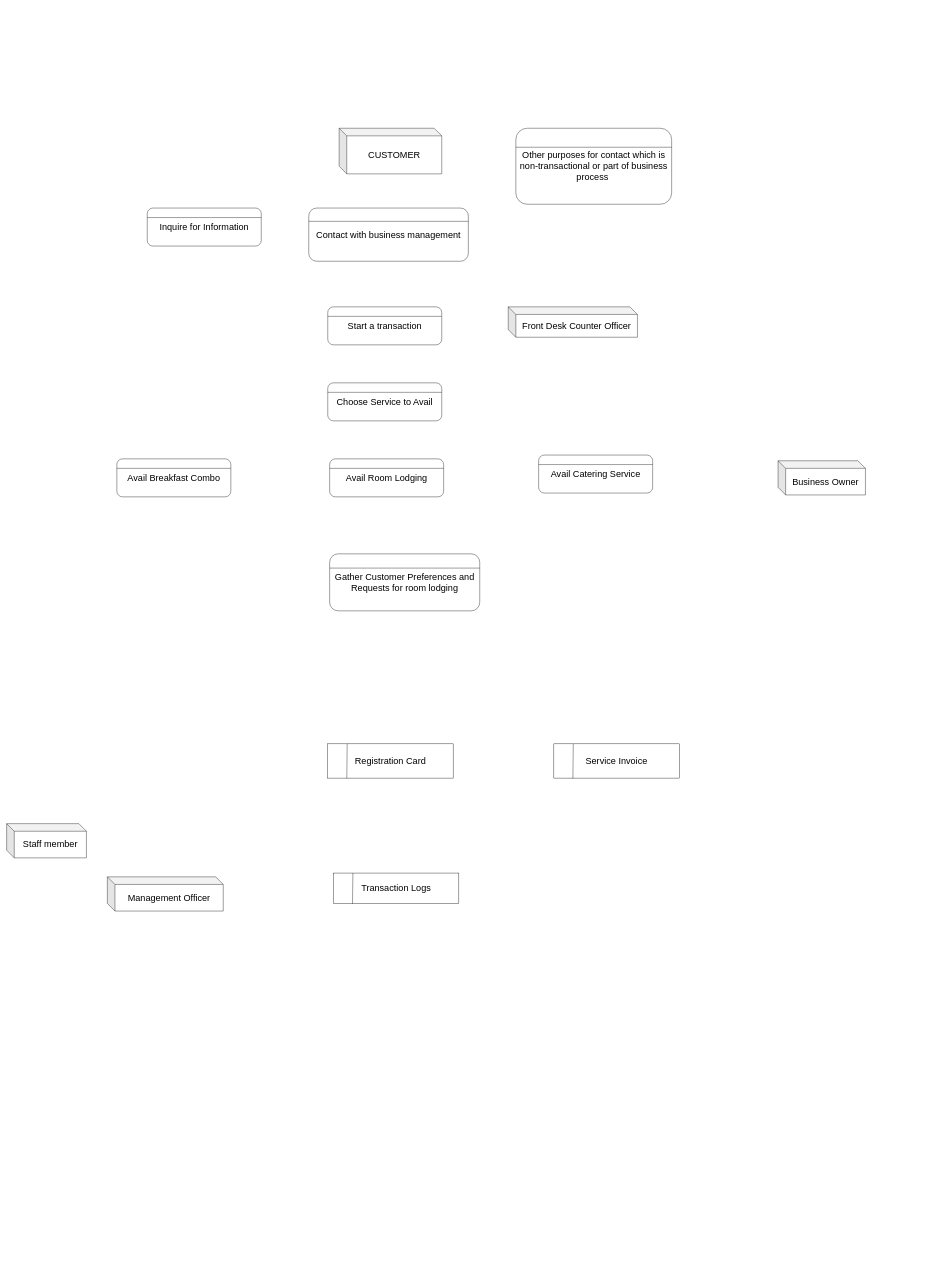
Before: bonsayRiverviewDFD.drawio in isuckinprogramming/IT12LDocumentationModels, a draw.io diagram. Source tidied: cells renumbered, new cells numbered last; positions are measured from the earlier drawing's top-left corner, leaving out a move shared by most shapes. Both pictures are drawn from the tidied source at 38%, with x=0, y=0 at pixel (6, 128).
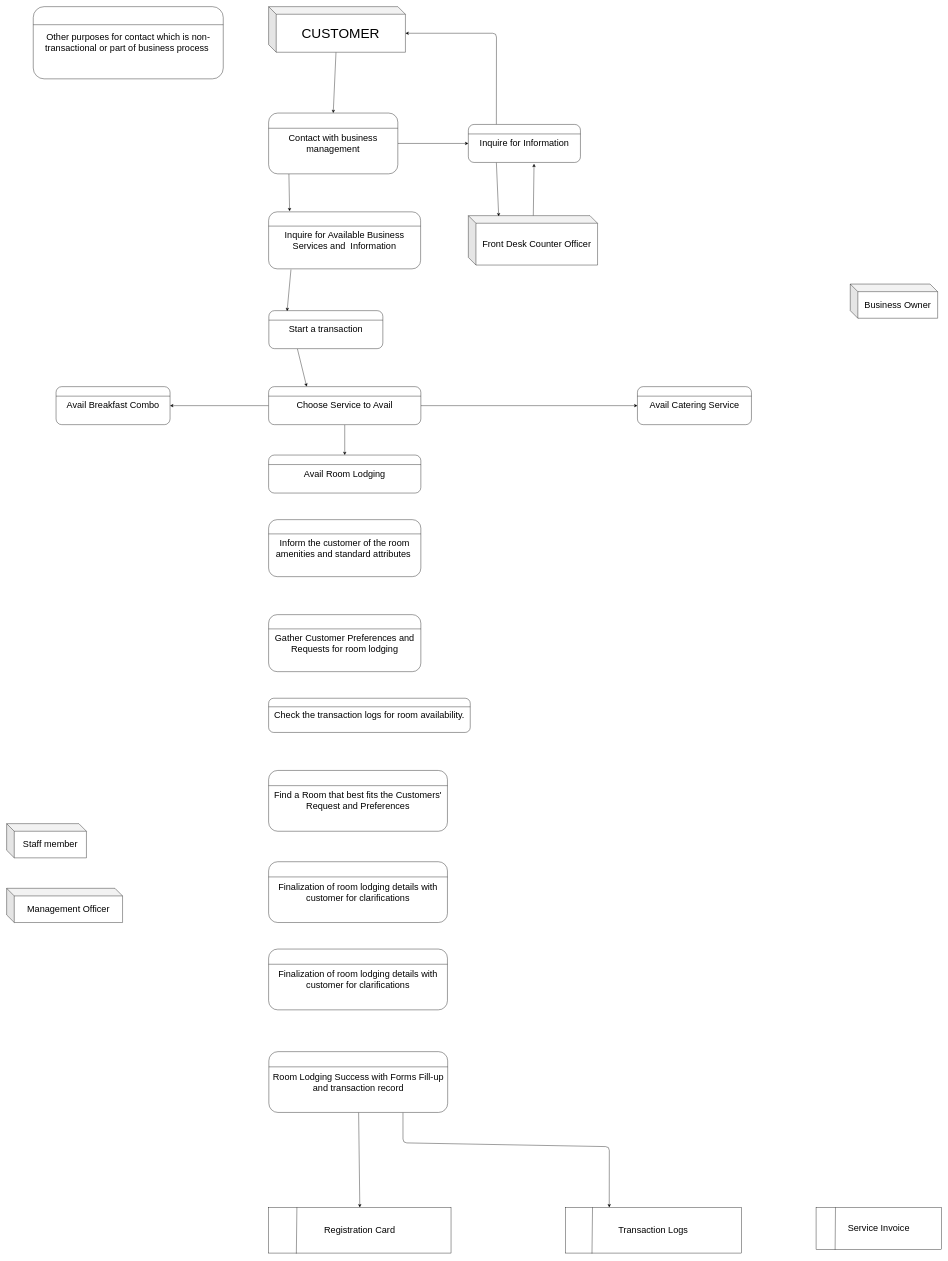
The same diagram, later.

Commit message:
All Room Lodging Process filled - no data labels

There is no data labels and connections for each transaction
process, the data labels and connection, I am not sure how
to present this part to a proper label and connection.

I am not sure what type of data will be present between the process.
Might have to ask what exactly goes in the process with the
group members.

Diff of the diagram source:
```diff
@@
+    <mxCell id="31" style="edgeStyle=none;html=1;entryX=0.5;entryY=0;entryDx=0;entryDy=0;" parent="1" edge="1" source="2" target="3">
+      <mxGeometry relative="1" as="geometry" />
+    </mxCell>
-    <mxCell id="2" value="&lt;font style=&quot;font-size: 24px;&quot;&gt;CUSTOMER&lt;/font&gt;" style="shape=cube;whiteSpace=wrap;html=1;boundedLbl=1;backgroundOutline=1;darkOpacity=0.05;darkOpacity2=0.1;" parent="1" vertex="1">
-      <mxGeometry x="875" width="270" height="120" as="geometry" />
+    <mxCell id="2" value="&lt;font style=&quot;font-size: 36px;&quot;&gt;CUSTOMER&lt;/font&gt;" style="shape=cube;whiteSpace=wrap;html=1;boundedLbl=1;backgroundOutline=1;darkOpacity=0.05;darkOpacity2=0.1;" parent="1" vertex="1">
+      <mxGeometry x="689.4" y="-320" width="360" height="120" as="geometry" />
     </mxCell>
+    <mxCell id="32" style="edgeStyle=none;html=1;entryX=0;entryY=0.5;entryDx=0;entryDy=0;" parent="1" edge="1" source="3" target="44">
+      <mxGeometry relative="1" as="geometry" />
+    </mxCell>
+    <mxCell id="33" style="edgeStyle=none;html=1;entryX=0.138;entryY=-0.01;entryDx=0;entryDy=0;entryPerimeter=0;exitX=0.157;exitY=1.003;exitDx=0;exitDy=0;exitPerimeter=0;" parent="1" edge="1" source="3" target="25">
+      <mxGeometry relative="1" as="geometry" />
+    </mxCell>
-    <mxCell id="3" value="Contact with business management" style="rounded=1;whiteSpace=wrap;html=1;fontSize=24;" parent="1" vertex="1">
-      <mxGeometry x="795" y="210" width="420" height="140" as="geometry" />
+    <mxCell id="3" value="&lt;font style=&quot;font-size: 24px;&quot;&gt;Contact with business management&lt;/font&gt;" style="rounded=1;whiteSpace=wrap;html=1;fontSize=24;" parent="1" vertex="1">
+      <mxGeometry x="689.4" y="-40" width="340" height="160" as="geometry" />
     </mxCell>
@@
     <mxCell id="5" value="Transaction Logs" style="rounded=0;whiteSpace=wrap;html=1;fontSize=24;" parent="1" vertex="1">
-      <mxGeometry x="860" y="1960" width="330" height="80" as="geometry" />
+      <mxGeometry x="1470" y="2840" width="463.1" height="120" as="geometry" />
     </mxCell>
@@
     <mxCell id="7" value="Registration Card" style="rounded=0;whiteSpace=wrap;html=1;fontSize=24;" parent="1" vertex="1">
-      <mxGeometry x="845" y="1620" width="330" height="90.1" as="geometry" />
+      <mxGeometry x="689.4" y="2840" width="480" height="120" as="geometry" />
     </mxCell>
@@
     <mxCell id="9" value="Service Invoice" style="rounded=0;whiteSpace=wrap;html=1;fontSize=24;" parent="1" vertex="1">
-      <mxGeometry x="1440" y="1620" width="330" height="90.1" as="geometry" />
+      <mxGeometry x="2130" y="2840" width="330" height="110" as="geometry" />
     </mxCell>
@@
+    <mxCell id="34" style="edgeStyle=none;html=1;entryX=0.25;entryY=0;entryDx=0;entryDy=0;exitX=0.25;exitY=1;exitDx=0;exitDy=0;" parent="1" edge="1" source="11" target="23">
+      <mxGeometry relative="1" as="geometry" />
+    </mxCell>
     <mxCell id="11" value="Start a transaction" style="rounded=1;whiteSpace=wrap;html=1;fontSize=24;" parent="1" vertex="1">
-      <mxGeometry x="845" y="470" width="300" height="100" as="geometry" />
+      <mxGeometry x="690" y="480" width="300" height="100" as="geometry" />
     </mxCell>
@@
     <mxCell id="13" value="Avail Room Lodging" style="rounded=1;whiteSpace=wrap;html=1;fontSize=24;" parent="1" vertex="1">
-      <mxGeometry x="850" y="870" width="300" height="100" as="geometry" />
+      <mxGeometry x="689.4" y="860" width="400.6" height="100" as="geometry" />
     </mxCell>
@@
     <mxCell id="15" value="Avail Catering Service" style="rounded=1;whiteSpace=wrap;html=1;fontSize=24;" parent="1" vertex="1">
-      <mxGeometry x="1400" y="860" width="300" height="100" as="geometry" />
+      <mxGeometry x="1660" y="680" width="300" height="100" as="geometry" />
     </mxCell>
@@
     <mxCell id="17" value="Avail Breakfast Combo" style="rounded=1;whiteSpace=wrap;html=1;fontSize=24;" parent="1" vertex="1">
-      <mxGeometry x="290" y="870" width="300" height="100" as="geometry" />
+      <mxGeometry x="130" y="680" width="300" height="100" as="geometry" />
     </mxCell>
@@
+    <mxCell id="35" style="edgeStyle=none;html=1;entryX=0.586;entryY=1.034;entryDx=0;entryDy=0;entryPerimeter=0;" parent="1" edge="1" source="19" target="44">
+      <mxGeometry relative="1" as="geometry" />
+    </mxCell>
     <mxCell id="19" value="&lt;font style=&quot;font-size: 24px;&quot;&gt;Front Desk Counter Officer&lt;br&gt;&lt;/font&gt;" style="shape=cube;whiteSpace=wrap;html=1;boundedLbl=1;backgroundOutline=1;darkOpacity=0.05;darkOpacity2=0.1;" parent="1" vertex="1">
-      <mxGeometry x="1320" y="470" width="340" height="80" as="geometry" />
+      <mxGeometry x="1215" y="230" width="340" height="130" as="geometry" />
     </mxCell>
     <mxCell id="20" value="&lt;font style=&quot;font-size: 24px;&quot;&gt;Business Owner&lt;br&gt;&lt;/font&gt;" style="shape=cube;whiteSpace=wrap;html=1;boundedLbl=1;backgroundOutline=1;darkOpacity=0.05;darkOpacity2=0.1;" parent="1" vertex="1">
-      <mxGeometry x="2030" y="875" width="230" height="90" as="geometry" />
+      <mxGeometry x="2220" y="410" width="230" height="90" as="geometry" />
     </mxCell>
     <mxCell id="21" value="&lt;font style=&quot;font-size: 24px;&quot;&gt;Management Officer&lt;br&gt;&lt;/font&gt;" style="shape=cube;whiteSpace=wrap;html=1;boundedLbl=1;backgroundOutline=1;darkOpacity=0.05;darkOpacity2=0.1;" parent="1" vertex="1">
-      <mxGeometry x="265" y="1970" width="305" height="90" as="geometry" />
+      <mxGeometry y="2000.2" width="305" height="90" as="geometry" />
     </mxCell>
@@
+    <mxCell id="36" style="edgeStyle=none;html=1;entryX=0.5;entryY=0;entryDx=0;entryDy=0;" parent="1" edge="1" source="23" target="13">
+      <mxGeometry relative="1" as="geometry" />
+    </mxCell>
+    <mxCell id="37" style="edgeStyle=none;html=1;entryX=1;entryY=0.5;entryDx=0;entryDy=0;" parent="1" edge="1" source="23" target="17">
+      <mxGeometry relative="1" as="geometry" />
+    </mxCell>
+    <mxCell id="38" style="edgeStyle=none;html=1;entryX=0;entryY=0.5;entryDx=0;entryDy=0;" parent="1" edge="1" source="23" target="15">
+      <mxGeometry relative="1" as="geometry" />
+    </mxCell>
     <mxCell id="23" value="Choose Service to Avail" style="rounded=1;whiteSpace=wrap;html=1;fontSize=24;" parent="1" vertex="1">
-      <mxGeometry x="845" y="670" width="300" height="100" as="geometry" />
+      <mxGeometry x="689.4" y="680" width="400.6" height="100" as="geometry" />
     </mxCell>
@@
+    <mxCell id="39" style="edgeStyle=none;html=1;exitX=0.147;exitY=1.012;exitDx=0;exitDy=0;entryX=0.16;entryY=0.012;entryDx=0;entryDy=0;exitPerimeter=0;entryPerimeter=0;" parent="1" edge="1" source="25" target="11">
+      <mxGeometry relative="1" as="geometry" />
+    </mxCell>
-    <mxCell id="25" value="Inquire for Information" style="rounded=1;whiteSpace=wrap;html=1;fontSize=24;" parent="1" vertex="1">
-      <mxGeometry x="370" y="210" width="300" height="100" as="geometry" />
+    <mxCell id="25" value="&lt;font style=&quot;font-size: 24px;&quot;&gt;Inquire for Available Business Services and&amp;nbsp; Information&lt;/font&gt;" style="rounded=1;whiteSpace=wrap;html=1;fontSize=24;" parent="1" vertex="1">
+      <mxGeometry x="689.4" y="220" width="400" height="150" as="geometry" />
     </mxCell>
@@
-    <mxCell id="27" value="Other purposes for contact which is non-transactional or part of business process&amp;nbsp;" style="rounded=1;whiteSpace=wrap;html=1;fontSize=24;" parent="1" vertex="1">
-      <mxGeometry x="1340" width="410" height="200" as="geometry" />
+    <mxCell id="27" value="&lt;font style=&quot;font-size: 24px;&quot;&gt;Other purposes for contact which is non-transactional or part of business process&amp;nbsp;&lt;/font&gt;" style="rounded=1;whiteSpace=wrap;html=1;fontSize=24;" parent="1" vertex="1">
+      <mxGeometry x="70" y="-320" width="500" height="190" as="geometry" />
     </mxCell>
@@
     <mxCell id="29" value="Gather Customer Preferences and Requests for room lodging" style="rounded=1;whiteSpace=wrap;html=1;fontSize=24;" parent="1" vertex="1">
-      <mxGeometry x="850" y="1120" width="395" height="150" as="geometry" />
+      <mxGeometry x="689.4" y="1280" width="400.6" height="150" as="geometry" />
     </mxCell>
@@
+    <mxCell id="40" value="Inform the customer of the room amenities and standard attributes&amp;nbsp;" style="rounded=1;whiteSpace=wrap;html=1;fontSize=24;" parent="1" vertex="1">
+      <mxGeometry x="689.4" y="1030" width="400.6" height="150" as="geometry" />
+    </mxCell>
+    <mxCell id="41" style="endArrow=none;html=1;fontSize=24;exitX=0;exitY=0.25;exitDx=0;exitDy=0;entryX=1;entryY=0.25;entryDx=0;entryDy=0;" parent="1" edge="1" source="40" target="40">
+      <mxGeometry relative="1" as="geometry" />
+    </mxCell>
+    <mxCell id="42" style="edgeStyle=none;html=1;entryX=0.235;entryY=0.013;entryDx=0;entryDy=0;entryPerimeter=0;exitX=0.25;exitY=1;exitDx=0;exitDy=0;" parent="1" edge="1" source="44" target="19">
+      <mxGeometry relative="1" as="geometry" />
+    </mxCell>
+    <mxCell id="43" style="edgeStyle=none;html=1;exitX=0.25;exitY=0;exitDx=0;exitDy=0;entryX=0;entryY=0;entryDx=360;entryDy=70;entryPerimeter=0;" parent="1" edge="1" source="44" target="2">
+      <mxGeometry relative="1" as="geometry">
+        <Array as="points">
+          <mxPoint x="1289" y="-250" />
+        </Array>
+      </mxGeometry>
+    </mxCell>
+    <mxCell id="44" value="Inquire for Information" style="rounded=1;whiteSpace=wrap;html=1;fontSize=24;" parent="1" vertex="1">
+      <mxGeometry x="1215" y="-10" width="295" height="100" as="geometry" />
+    </mxCell>
+    <mxCell id="45" style="endArrow=none;html=1;fontSize=24;exitX=0;exitY=0.25;exitDx=0;exitDy=0;entryX=1;entryY=0.25;entryDx=0;entryDy=0;" parent="1" edge="1" source="44" target="44">
+      <mxGeometry relative="1" as="geometry" />
+    </mxCell>
+    <mxCell id="46" value="Check the transaction logs for room availability." style="rounded=1;whiteSpace=wrap;html=1;fontSize=24;" parent="1" vertex="1">
+      <mxGeometry x="689.4" y="1500" width="530.6" height="90" as="geometry" />
+    </mxCell>
+    <mxCell id="47" style="endArrow=none;html=1;fontSize=24;exitX=0;exitY=0.25;exitDx=0;exitDy=0;entryX=1;entryY=0.25;entryDx=0;entryDy=0;" parent="1" edge="1" source="46" target="46">
+      <mxGeometry relative="1" as="geometry" />
+    </mxCell>
+    <mxCell id="48" value="Find a Room that best fits the Customers' Request and Preferences" style="rounded=1;whiteSpace=wrap;html=1;fontSize=24;" parent="1" vertex="1">
+      <mxGeometry x="689.4" y="1690" width="470.6" height="160" as="geometry" />
+    </mxCell>
+    <mxCell id="49" style="endArrow=none;html=1;fontSize=24;exitX=0;exitY=0.25;exitDx=0;exitDy=0;entryX=1;entryY=0.25;entryDx=0;entryDy=0;" parent="1" edge="1" source="48" target="48">
+      <mxGeometry relative="1" as="geometry" />
+    </mxCell>
+    <mxCell id="50" value="Finalization of room lodging details with customer for clarifications" style="rounded=1;whiteSpace=wrap;html=1;fontSize=24;" parent="1" vertex="1">
+      <mxGeometry x="689.4" y="1930.2" width="470.6" height="160" as="geometry" />
+    </mxCell>
+    <mxCell id="51" style="endArrow=none;html=1;fontSize=24;exitX=0;exitY=0.25;exitDx=0;exitDy=0;entryX=1;entryY=0.25;entryDx=0;entryDy=0;" parent="1" edge="1" source="50" target="50">
+      <mxGeometry relative="1" as="geometry" />
+    </mxCell>
+    <mxCell id="52" value="Finalization of room lodging details with customer for clarifications" style="rounded=1;whiteSpace=wrap;html=1;fontSize=24;" parent="1" vertex="1">
+      <mxGeometry x="689.4" y="2160" width="470.6" height="160" as="geometry" />
+    </mxCell>
+    <mxCell id="53" style="endArrow=none;html=1;fontSize=24;exitX=0;exitY=0.25;exitDx=0;exitDy=0;entryX=1;entryY=0.25;entryDx=0;entryDy=0;" parent="1" edge="1" source="52" target="52">
+      <mxGeometry relative="1" as="geometry" />
+    </mxCell>
+    <mxCell id="54" style="edgeStyle=none;html=1;entryX=0.5;entryY=0;entryDx=0;entryDy=0;" parent="1" edge="1" source="56" target="7">
+      <mxGeometry relative="1" as="geometry" />
+    </mxCell>
+    <mxCell id="55" style="edgeStyle=none;html=1;exitX=0.75;exitY=1;exitDx=0;exitDy=0;entryX=0.25;entryY=0;entryDx=0;entryDy=0;" parent="1" edge="1" source="56" target="5">
+      <mxGeometry relative="1" as="geometry">
+        <Array as="points">
+          <mxPoint x="1043" y="2670" />
+          <mxPoint x="1586" y="2680" />
+        </Array>
+      </mxGeometry>
+    </mxCell>
+    <mxCell id="56" value="Room Lodging Success with Forms Fill-up and transaction record" style="rounded=1;whiteSpace=wrap;html=1;fontSize=24;" parent="1" vertex="1">
+      <mxGeometry x="690" y="2430" width="470.6" height="160" as="geometry" />
+    </mxCell>
+    <mxCell id="57" style="endArrow=none;html=1;fontSize=24;exitX=0;exitY=0.25;exitDx=0;exitDy=0;entryX=1;entryY=0.25;entryDx=0;entryDy=0;" parent="1" edge="1" source="56" target="56">
+      <mxGeometry relative="1" as="geometry" />
+    </mxCell>
```
